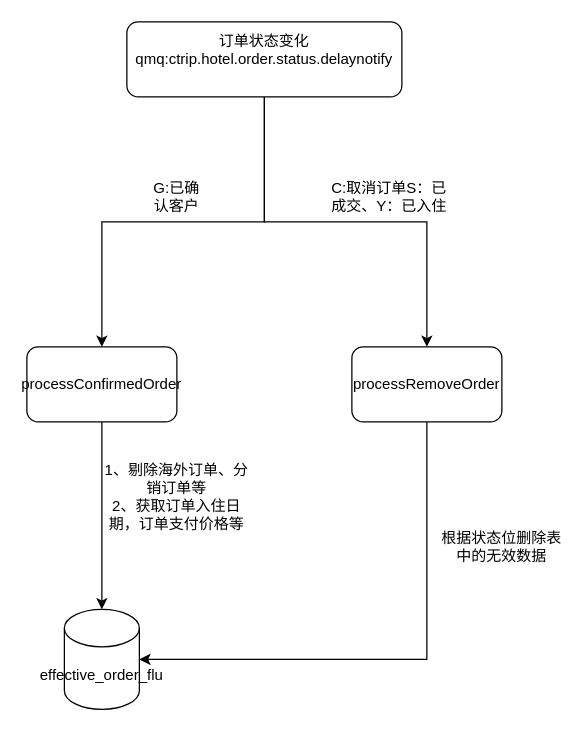
This is Untitled Diagram.drawio from sheep3gold/elTest, a draw.io file, before an edit. Source tidied: cells renumbered, new cells numbered last; positions are measured from the earlier drawing's top-left corner, leaving out a move shared by most shapes. Both pictures are drawn from the tidied source at 125%, with x=0, y=0 at pixel (26, 21).
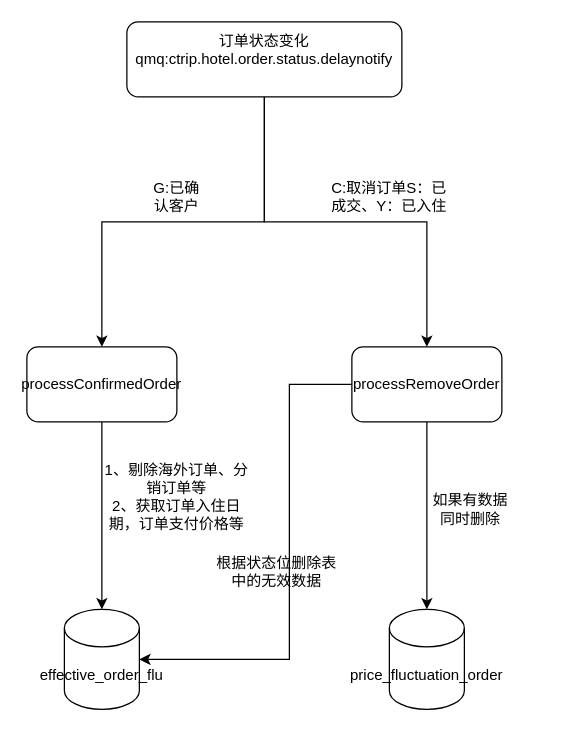
The same diagram, later.

Unchanged cells that the change refers to:
```xml
<mxCell id="9" value="&lt;p&gt;processRemoveOrder&lt;/p&gt;" style="rounded=1;whiteSpace=wrap;html=1;" parent="1" vertex="1">
  <mxGeometry x="260" y="260" width="120" height="60" as="geometry" />
</mxCell>
<mxCell id="12" value="&lt;p&gt;effective_order_flu&lt;/p&gt;" style="shape=cylinder3;whiteSpace=wrap;html=1;boundedLbl=1;backgroundOutline=1;size=15;" parent="1" vertex="1">
  <mxGeometry x="30" y="470" width="60" height="80" as="geometry" />
</mxCell>
```

Change to the diagram source:
```diff
@@
-    <mxCell id="8" style="edgeStyle=orthogonalEdgeStyle;rounded=0;jettySize=auto;html=1;exitX=0.5;exitY=1;exitDx=0;exitDy=0;" parent="1" edge="1" source="9" target="12">
+    <mxCell id="8" style="edgeStyle=orthogonalEdgeStyle;rounded=0;jettySize=auto;html=1;" parent="1" edge="1" source="9" target="12">
       <mxGeometry relative="1" as="geometry">
         <Array as="points">
-          <mxPoint x="320" y="510" />
+          <mxPoint x="210" y="290" />
+          <mxPoint x="210" y="510" />
         </Array>
       </mxGeometry>
     </mxCell>
+    <mxCell id="14" style="edgeStyle=orthogonalEdgeStyle;rounded=0;jettySize=auto;html=1;entryX=0.5;entryY=0;entryDx=0;entryDy=0;entryPerimeter=0;" parent="1" edge="1" source="9" target="15">
+      <mxGeometry relative="1" as="geometry" />
+    </mxCell>
@@
     <mxCell id="13" value="根据状态位删除表中的无效数据" style="text;html=1;strokeColor=none;fillColor=none;align=center;verticalAlign=middle;whiteSpace=wrap;rounded=0;" parent="1" vertex="1">
-      <mxGeometry x="330" y="400" width="100" height="40" as="geometry" />
+      <mxGeometry x="150" y="420" width="100" height="40" as="geometry" />
     </mxCell>
+    <mxCell id="15" value="&lt;p&gt;price_fluctuation_order&lt;/p&gt;" style="shape=cylinder3;whiteSpace=wrap;html=1;boundedLbl=1;backgroundOutline=1;size=15;" parent="1" vertex="1">
+      <mxGeometry x="290" y="470" width="60" height="80" as="geometry" />
+    </mxCell>
+    <mxCell id="16" value="如果有数据同时删除" style="text;html=1;strokeColor=none;fillColor=none;align=center;verticalAlign=middle;whiteSpace=wrap;rounded=0;" parent="1" vertex="1">
+      <mxGeometry x="320" y="380" width="70" height="20" as="geometry" />
+    </mxCell>
```
